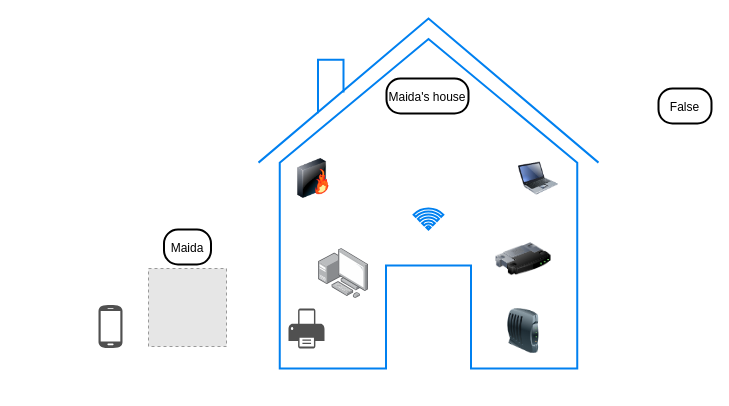
milliondollarbear/milliondollarbear keeps this draw.io diagram as Untitled Diagram.drawio. Above is the earlier version. Source tidied: cells renumbered, new cells numbered last; positions are measured from the earlier drawing's top-left corner, leaving out a move shared by most shapes. Both pictures are drawn from the tidied source at 100%, with x=0, y=0 at pixel (98, 18). Pictures stored in the file or linked from it are replaced by grey dashed boxes.
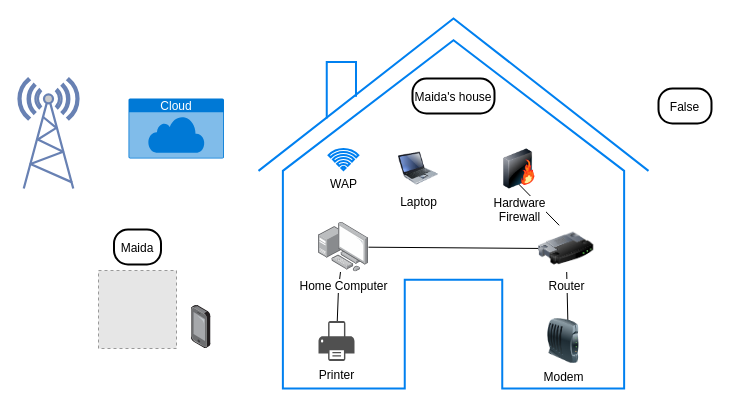
The same page after the edit.

Change to the diagram source:
```diff
@@
     <mxCell id="2" style="html=1;verticalLabelPosition=bottom;align=center;labelBackgroundColor=#ffffff;verticalAlign=top;strokeWidth=2;strokeColor=#0080F0;shadow=0;dashed=0;shape=mxgraph.ios7.icons.home;" parent="1" vertex="1">
-      <mxGeometry x="160" width="340" height="350" as="geometry" />
+      <mxGeometry x="160" width="390" height="370" as="geometry" />
     </mxCell>
     <mxCell id="3" value="Maida's house" style="rounded=1;arcSize=40;strokeWidth=2;" parent="1" vertex="1">
-      <mxGeometry x="288" y="60" width="82" height="35" as="geometry" />
+      <mxGeometry x="314" y="60" width="82" height="35" as="geometry" />
     </mxCell>
@@
     <mxCell id="5" value="Maida" style="rounded=1;arcSize=40;strokeWidth=2;" parent="1" vertex="1">
-      <mxGeometry x="65.5" y="211" width="47" height="35" as="geometry" />
+      <mxGeometry x="15.5" y="211" width="47" height="35" as="geometry" />
     </mxCell>
-    <mxCell id="6" style="sketch=0;shadow=0;dashed=0;html=1;strokeColor=none;fillColor=#505050;labelPosition=center;verticalLabelPosition=bottom;verticalAlign=top;outlineConnect=0;align=center;shape=mxgraph.office.devices.printer;" parent="1" vertex="1">
-      <mxGeometry x="190" y="290" width="36" height="40" as="geometry" />
+    <mxCell id="6" value="Printer" style="sketch=0;shadow=0;dashed=0;html=1;strokeColor=none;fillColor=#505050;labelPosition=center;verticalLabelPosition=bottom;verticalAlign=top;outlineConnect=0;align=center;shape=mxgraph.office.devices.printer;" parent="1" vertex="1">
+      <mxGeometry x="220" y="302.5" width="36" height="40" as="geometry" />
     </mxCell>
-    <mxCell id="7" style="image;html=1;image=img/lib/clip_art/computers/Laptop_128x128.png;" parent="1" vertex="1">
-      <mxGeometry x="420" y="140" width="40" height="40" as="geometry" />
+    <mxCell id="7" value="Laptop" style="image;html=1;image=img/lib/clip_art/computers/Laptop_128x128.png;" parent="1" vertex="1">
+      <mxGeometry x="300" y="130" width="40" height="40" as="geometry" />
     </mxCell>
-    <mxCell id="8" style="image;html=1;image=img/lib/clip_art/networking/Firewall-page1_128x128.png;" parent="1" vertex="1">
-      <mxGeometry x="190" y="140" width="50" height="40" as="geometry" />
-    </mxCell>
-    <mxCell id="9" style="image;points=[];html=1;align=center;shadow=0;dashed=0;image=img/lib/allied_telesis/computer_and_terminals/Personal_Computer_with_Server.svg;" parent="1" vertex="1">
-      <mxGeometry x="220" y="230" width="50" height="50" as="geometry" />
-    </mxCell>
-    <mxCell id="10" style="image;html=1;image=img/lib/clip_art/networking/Modem_128x128.png;" parent="1" vertex="1">
-      <mxGeometry x="400" y="290" width="50" height="45" as="geometry" />
-    </mxCell>
-    <mxCell id="11" style="image;html=1;image=img/lib/clip_art/networking/Router_128x128.png;" parent="1" vertex="1">
-      <mxGeometry x="397.4" y="214.3" width="55.3" height="52.7" as="geometry" />
-    </mxCell>
-    <mxCell id="12" style="html=1;verticalLabelPosition=bottom;align=center;labelBackgroundColor=#ffffff;verticalAlign=top;strokeWidth=2;strokeColor=#0080F0;shadow=0;dashed=0;shape=mxgraph.ios7.icons.wifi;" parent="1" vertex="1">
-      <mxGeometry x="315.1" y="190" width="29.7" height="21" as="geometry" />
+    <mxCell id="12" value="WAP" style="html=1;verticalLabelPosition=bottom;align=center;labelBackgroundColor=#ffffff;verticalAlign=top;strokeWidth=2;strokeColor=#0080F0;shadow=0;dashed=0;shape=mxgraph.ios7.icons.wifi;" parent="1" vertex="1">
+      <mxGeometry x="230.1" y="130.5" width="29.7" height="21" as="geometry" />
     </mxCell>
     <mxCell id="13" style="fillColor=#E6E6E6;strokeColor=#999999;dashed=1;html=1;verticalAlign=top;verticalLabelPosition=bottom;labelBackgroundColor=#ffffff;" parent="1" vertex="1">
-      <mxGeometry x="50" y="250" width="78" height="78" as="geometry" />
+      <mxGeometry y="252" width="78" height="78" as="geometry" />
     </mxCell>
-    <mxCell id="14" style="sketch=0;shadow=0;dashed=0;html=1;strokeColor=none;fillColor=#505050;labelPosition=center;verticalLabelPosition=bottom;verticalAlign=top;align=center;shape=mxgraph.office.devices.cell_phone_android_standalone;" parent="1" vertex="1">
-      <mxGeometry y="286" width="24" height="44" as="geometry" />
-    </mxCell>
+    <mxCell id="15" style="fontColor=#0066CC;verticalAlign=top;verticalLabelPosition=bottom;labelPosition=center;align=center;html=1;fillColor=#CCCCCC;strokeColor=#6881B3;gradientColor=none;gradientDirection=north;strokeWidth=2;shape=mxgraph.networks.radio_tower;" parent="1" vertex="1">
+      <mxGeometry x="-80" y="60" width="60" height="110" as="geometry" />
+    </mxCell>
+    <mxCell id="16" style="image;html=1;align=center;shadow=0;dashed=0;image=img/lib/allied_telesis/computer_and_terminals/Smartphone.svg;direction=east;" parent="1" vertex="1">
+      <mxGeometry x="92.7" y="286.8" width="19.8" height="43.2" as="geometry" />
+    </mxCell>
+    <mxCell id="17" value="Cloud" style="html=1;whiteSpace=wrap;strokeColor=none;fillColor=#0079D6;labelPosition=center;verticalLabelPosition=middle;verticalAlign=top;align=center;fontSize=12;spacingTop=-6;fontColor=#FFFFFF;sketch=0;shape=mxgraph.sitemap.cloud;" parent="1" vertex="1">
+      <mxGeometry x="30" y="80" width="95.5" height="60" as="geometry" />
+    </mxCell>
+    <mxCell id="18" style="endArrow=none;html=1;rounded=0;" parent="1" edge="1" source="6" target="9">
+      <mxGeometry relative="1" as="geometry">
+        <Array as="points">
+          <mxPoint x="240" y="270" />
+        </Array>
+      </mxGeometry>
+    </mxCell>
+    <mxCell id="9" value="Home Computer" style="image;points=[];html=1;align=center;shadow=0;dashed=0;image=img/lib/allied_telesis/computer_and_terminals/Personal_Computer_with_Server.svg;" parent="1" vertex="1">
+      <mxGeometry x="220" y="203.5" width="50" height="50" as="geometry" />
+    </mxCell>
+    <mxCell id="19" style="endArrow=none;html=1;rounded=0;" parent="1" edge="1" source="9" target="11">
+      <mxGeometry relative="1" as="geometry" />
+    </mxCell>
+    <mxCell id="20" style="endArrow=none;html=1;rounded=0;exitX=1;exitY=0.5;exitDx=0;exitDy=0;" parent="1" edge="1">
+      <mxGeometry relative="1" as="geometry">
+        <mxPoint x="490" y="236.6" as="sourcePoint" />
+        <mxPoint x="414.7" y="160" as="targetPoint" />
+      </mxGeometry>
+    </mxCell>
+    <mxCell id="8" value="&lt;div&gt;Hardware&lt;/div&gt;&lt;div&gt;Firewall&lt;/div&gt;" style="image;html=1;image=img/lib/clip_art/networking/Firewall-page1_128x128.png;" parent="1" vertex="1">
+      <mxGeometry x="396" y="130.5" width="50" height="40" as="geometry" />
+    </mxCell>
+    <mxCell id="21" style="endArrow=none;html=1;rounded=0;exitX=0.6;exitY=0.667;exitDx=0;exitDy=0;exitPerimeter=0;" parent="1" edge="1" source="10" target="11">
+      <mxGeometry relative="1" as="geometry" />
+    </mxCell>
+    <mxCell id="11" value="Router" style="image;html=1;image=img/lib/clip_art/networking/Router_128x128.png;imageBackground=default;" parent="1" vertex="1">
+      <mxGeometry x="440" y="206.8" width="55.3" height="46.7" as="geometry" />
+    </mxCell>
+    <mxCell id="10" value="Modem" style="image;html=1;image=img/lib/clip_art/networking/Modem_128x128.png;" parent="1" vertex="1">
+      <mxGeometry x="440" y="300" width="50" height="45" as="geometry" />
+    </mxCell>
```
